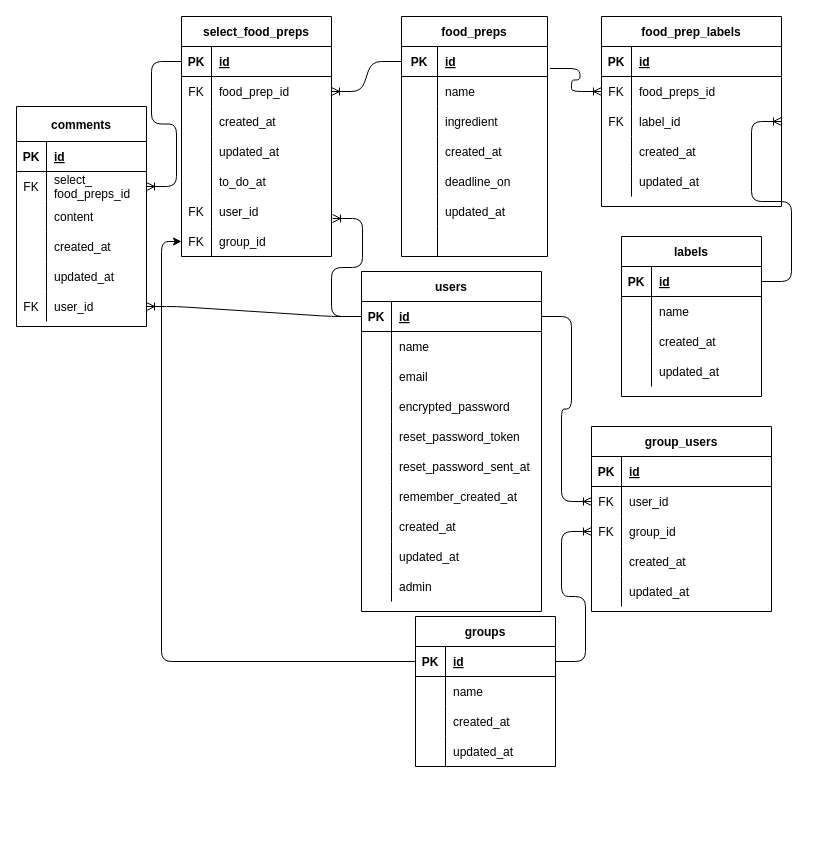
Above: er.drawio in harufumi03/Cucina_app (draw.io), before the change. Source tidied: cells renumbered, new cells numbered last; positions are measured from the earlier drawing's top-left corner, leaving out a move shared by most shapes. Both pictures are drawn from the tidied source at 100%, with x=0, y=0 at pixel (16, 16).
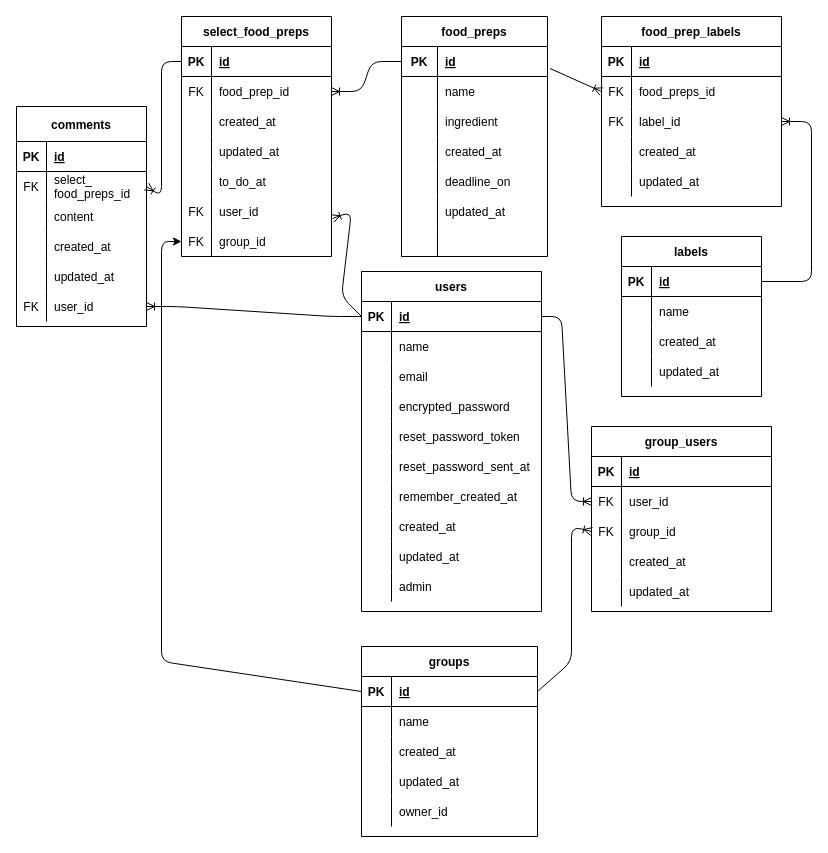
The same diagram, later.

Unchanged cells that the change refers to:
```xml
<mxCell id="3" style="shape=partialRectangle;fillColor=none;top=0;left=0;bottom=1;right=0;points=[[0,0.5],[1,0.5]];portConstraint=eastwest;" parent="2" vertex="1">
  <mxGeometry y="30" width="180" height="30" as="geometry" />
</mxCell>
<mxCell id="34" style="shape=partialRectangle;fillColor=none;top=0;left=0;bottom=1;right=0;points=[[0,0.5],[1,0.5]];portConstraint=eastwest;" parent="33" vertex="1">
  <mxGeometry y="30" width="146" height="30" as="geometry" />
</mxCell>
<mxCell id="56" style="shape=partialRectangle;fillColor=none;top=0;left=0;bottom=1;right=0;points=[[0,0.5],[1,0.5]];portConstraint=eastwest;" parent="55" vertex="1">
  <mxGeometry y="30" width="140" height="30" as="geometry" />
</mxCell>
<mxCell id="72" style="shape=partialRectangle;fillColor=none;top=0;left=0;bottom=0;right=0;points=[[0,0.5],[1,0.5]];portConstraint=eastwest;" parent="68" vertex="1">
  <mxGeometry y="65" width="130" height="30" as="geometry" />
</mxCell>
<mxCell id="91" style="shape=partialRectangle;fillColor=none;top=0;left=0;bottom=0;right=0;points=[[0,0.5],[1,0.5]];portConstraint=eastwest;" parent="87" vertex="1">
  <mxGeometry y="60" width="180" height="30" as="geometry" />
</mxCell>
<mxCell id="94" style="shape=partialRectangle;fillColor=none;top=0;left=0;bottom=0;right=0;points=[[0,0.5],[1,0.5]];portConstraint=eastwest;" parent="87" vertex="1">
  <mxGeometry y="90" width="180" height="30" as="geometry" />
</mxCell>
<mxCell id="121" style="shape=partialRectangle;fillColor=none;top=0;left=0;bottom=0;right=0;points=[[0,0.5],[1,0.5]];portConstraint=eastwest;" parent="117" vertex="1">
  <mxGeometry y="60" width="180" height="30" as="geometry" />
</mxCell>
<mxCell id="124" style="shape=partialRectangle;fillColor=none;top=0;left=0;bottom=0;right=0;points=[[0,0.5],[1,0.5]];portConstraint=eastwest;" parent="117" vertex="1">
  <mxGeometry y="90" width="180" height="30" as="geometry" />
</mxCell>
<mxCell id="136" style="shape=partialRectangle;fillColor=none;top=0;left=0;bottom=1;right=0;points=[[0,0.5],[1,0.5]];portConstraint=eastwest;" parent="135" vertex="1">
  <mxGeometry y="30" width="150" height="30" as="geometry" />
</mxCell>
<mxCell id="151" style="shape=partialRectangle;fillColor=none;top=0;left=0;bottom=0;right=0;points=[[0,0.5],[1,0.5]];portConstraint=eastwest;" parent="135" vertex="1">
  <mxGeometry y="180" width="150" height="30" as="geometry" />
</mxCell>
```

What changed in the source:
```diff
@@
-    <mxCell id="103" style="edgeStyle=entityRelationEdgeStyle;fontSize=12;html=1;endArrow=ERoneToMany;entryX=0;entryY=0.5;entryDx=0;entryDy=0;exitX=1.017;exitY=0.733;exitDx=0;exitDy=0;exitPerimeter=0;" parent="1" edge="1" source="34" target="91">
+    <mxCell id="103" style="fontSize=12;html=1;endArrow=ERoneToMany;entryX=0;entryY=0.5;entryDx=0;entryDy=0;exitX=1.017;exitY=0.733;exitDx=0;exitDy=0;exitPerimeter=0;" parent="1" edge="1" source="34" target="91">
       <mxGeometry relative="1" as="geometry" />
     </mxCell>
     <mxCell id="104" value="groups" style="shape=table;startSize=30;childLayout=tableLayout;rowLines=0;fontStyle=1;align=center;" parent="1" vertex="1">
-      <mxGeometry x="399" y="600" width="140" height="150" as="geometry" />
+      <mxGeometry x="345" y="630" width="176" height="190" as="geometry" />
     </mxCell>
     <mxCell id="105" style="shape=partialRectangle;fillColor=none;top=0;left=0;bottom=1;right=0;points=[[0,0.5],[1,0.5]];portConstraint=eastwest;" parent="104" vertex="1">
-      <mxGeometry y="30" width="140" height="30" as="geometry" />
+      <mxGeometry y="30" width="176" height="30" as="geometry" />
     </mxCell>
@@
     <mxCell id="107" value="id" style="shape=partialRectangle;fillColor=none;top=0;left=0;bottom=0;right=0;align=left;spacingLeft=6;fontStyle=5;overflow=hidden;" parent="105" vertex="1">
-      <mxGeometry x="30" width="110" height="30" as="geometry" />
+      <mxGeometry x="30" width="146" height="30" as="geometry" />
     </mxCell>
     <mxCell id="108" style="shape=partialRectangle;fillColor=none;top=0;left=0;bottom=0;right=0;" parent="104" vertex="1">
-      <mxGeometry y="60" width="140" height="30" as="geometry" />
+      <mxGeometry y="60" width="176" height="30" as="geometry" />
     </mxCell>
@@
     <mxCell id="110" value="name" style="shape=partialRectangle;fillColor=none;top=0;left=0;bottom=0;right=0;align=left;spacingLeft=6;overflow=hidden;" parent="108" vertex="1">
-      <mxGeometry x="30" width="110" height="30" as="geometry" />
+      <mxGeometry x="30" width="146" height="30" as="geometry" />
     </mxCell>
     <mxCell id="111" style="shape=partialRectangle;fillColor=none;top=0;left=0;bottom=0;right=0;" parent="104" vertex="1">
-      <mxGeometry y="90" width="140" height="30" as="geometry" />
+      <mxGeometry y="90" width="176" height="30" as="geometry" />
     </mxCell>
@@
     <mxCell id="113" value="created_at" style="shape=partialRectangle;fillColor=none;top=0;left=0;bottom=0;right=0;align=left;spacingLeft=6;overflow=hidden;" parent="111" vertex="1">
-      <mxGeometry x="30" width="110" height="30" as="geometry" />
+      <mxGeometry x="30" width="146" height="30" as="geometry" />
     </mxCell>
     <mxCell id="114" style="shape=partialRectangle;fillColor=none;top=0;left=0;bottom=0;right=0;" parent="104" vertex="1">
-      <mxGeometry y="120" width="140" height="30" as="geometry" />
+      <mxGeometry y="120" width="176" height="30" as="geometry" />
     </mxCell>
@@
     <mxCell id="116" value="updated_at" style="shape=partialRectangle;fillColor=none;top=0;left=0;bottom=0;right=0;align=left;spacingLeft=6;overflow=hidden;" parent="114" vertex="1">
-      <mxGeometry x="30" width="110" height="30" as="geometry" />
+      <mxGeometry x="30" width="146" height="30" as="geometry" />
     </mxCell>
+    <mxCell id="163" style="shape=partialRectangle;fillColor=none;top=0;left=0;bottom=0;right=0;" parent="104" vertex="1">
+      <mxGeometry y="150" width="176" height="30" as="geometry" />
+    </mxCell>
+    <mxCell id="164" style="shape=partialRectangle;fillColor=none;top=0;left=0;bottom=0;right=0;overflow=hidden;" parent="163" vertex="1">
+      <mxGeometry width="30" height="30" as="geometry" />
+    </mxCell>
+    <mxCell id="165" value="owner_id" style="shape=partialRectangle;fillColor=none;top=0;left=0;bottom=0;right=0;align=left;spacingLeft=6;overflow=hidden;" parent="163" vertex="1">
+      <mxGeometry x="30" width="146" height="30" as="geometry" />
+    </mxCell>
@@
-    <mxCell id="133" style="edgeStyle=entityRelationEdgeStyle;fontSize=12;html=1;endArrow=ERoneToMany;entryX=0;entryY=0.5;entryDx=0;entryDy=0;exitX=1;exitY=0.5;exitDx=0;exitDy=0;" parent="1" edge="1" source="3" target="121">
-      <mxGeometry relative="1" as="geometry" />
+    <mxCell id="133" style="fontSize=12;html=1;endArrow=ERoneToMany;entryX=0;entryY=0.5;entryDx=0;entryDy=0;exitX=1;exitY=0.5;exitDx=0;exitDy=0;" parent="1" edge="1" source="3" target="121">
+      <mxGeometry relative="1" as="geometry">
+        <Array as="points">
+          <mxPoint x="545" y="300" />
+          <mxPoint x="555" y="485" />
+        </Array>
+      </mxGeometry>
     </mxCell>
-    <mxCell id="134" style="edgeStyle=entityRelationEdgeStyle;fontSize=12;html=1;endArrow=ERoneToMany;entryX=0;entryY=0.5;entryDx=0;entryDy=0;exitX=1;exitY=0.5;exitDx=0;exitDy=0;" parent="1" edge="1" source="105" target="124">
-      <mxGeometry relative="1" as="geometry" />
+    <mxCell id="134" style="fontSize=12;html=1;endArrow=ERoneToMany;entryX=0;entryY=0.5;entryDx=0;entryDy=0;exitX=1;exitY=0.5;exitDx=0;exitDy=0;" parent="1" edge="1" source="105" target="124">
+      <mxGeometry relative="1" as="geometry">
+        <Array as="points">
+          <mxPoint x="555" y="645" />
+          <mxPoint x="555" y="510" />
+        </Array>
+      </mxGeometry>
     </mxCell>
@@
-    <mxCell id="158" style="edgeStyle=entityRelationEdgeStyle;fontSize=12;html=1;endArrow=ERoneToMany;entryX=1.007;entryY=0.733;entryDx=0;entryDy=0;entryPerimeter=0;exitX=0;exitY=0.5;exitDx=0;exitDy=0;" parent="1" edge="1" source="3" target="151">
-      <mxGeometry relative="1" as="geometry" />
+    <mxCell id="158" style="fontSize=12;html=1;endArrow=ERoneToMany;entryX=1.007;entryY=0.733;entryDx=0;entryDy=0;entryPerimeter=0;exitX=0;exitY=0.5;exitDx=0;exitDy=0;" parent="1" edge="1" source="3" target="151">
+      <mxGeometry relative="1" as="geometry">
+        <Array as="points">
+          <mxPoint x="325" y="280" />
+          <mxPoint x="335" y="195" />
+        </Array>
+      </mxGeometry>
     </mxCell>
-    <mxCell id="159" style="edgeStyle=entityRelationEdgeStyle;fontSize=12;html=1;endArrow=ERoneToMany;entryX=1;entryY=0.5;entryDx=0;entryDy=0;exitX=1;exitY=0.5;exitDx=0;exitDy=0;" parent="1" edge="1" source="56" target="94">
-      <mxGeometry relative="1" as="geometry" />
+    <mxCell id="159" style="fontSize=12;html=1;endArrow=ERoneToMany;entryX=1;entryY=0.5;entryDx=0;entryDy=0;exitX=1;exitY=0.5;exitDx=0;exitDy=0;" parent="1" edge="1" source="56" target="94">
+      <mxGeometry relative="1" as="geometry">
+        <Array as="points">
+          <mxPoint x="795" y="265" />
+          <mxPoint x="795" y="105" />
+        </Array>
+      </mxGeometry>
     </mxCell>
@@
-    <mxCell id="161" style="edgeStyle=entityRelationEdgeStyle;fontSize=12;html=1;endArrow=ERoneToMany;entryX=1;entryY=0.5;entryDx=0;entryDy=0;" parent="1" edge="1" source="136" target="72">
-      <mxGeometry relative="1" as="geometry" />
+    <mxCell id="161" style="fontSize=12;html=1;endArrow=ERoneToMany;entryX=1;entryY=0.5;entryDx=0;entryDy=0;exitX=0;exitY=0.5;exitDx=0;exitDy=0;" parent="1" edge="1" source="136" target="72">
+      <mxGeometry relative="1" as="geometry">
+        <Array as="points">
+          <mxPoint x="145" y="45" />
+          <mxPoint x="145" y="180" />
+        </Array>
+      </mxGeometry>
     </mxCell>
```
